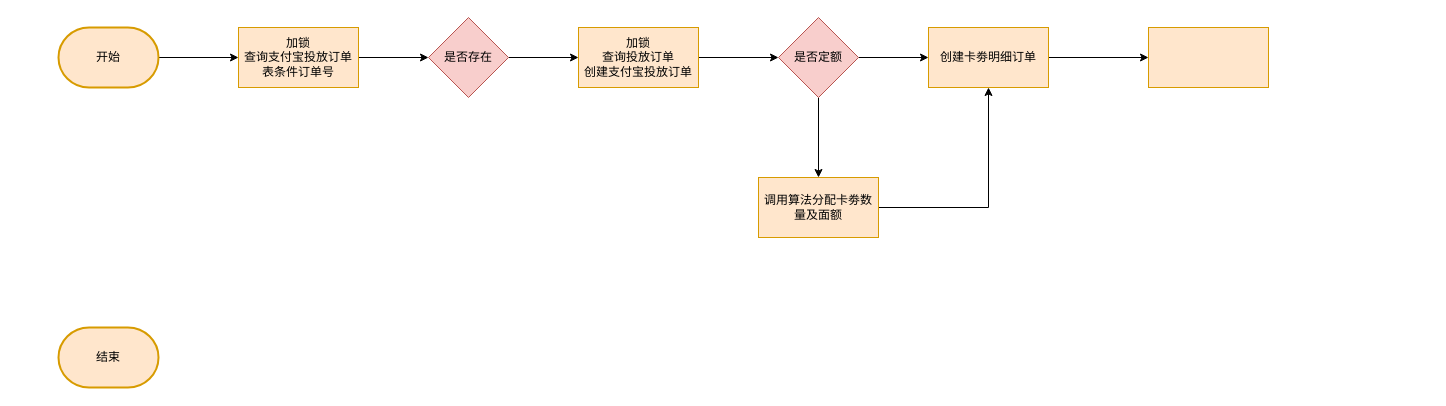
Jie33/draw keeps this draw.io diagram as 支付宝投放流程.drawio. Above is the earlier version. Source tidied: cells renumbered, new cells numbered last; positions are measured from the earlier drawing's top-left corner, leaving out a move shared by most shapes. Both pictures are drawn from the tidied source at 100%, with x=0, y=0 at pixel (58, 17).
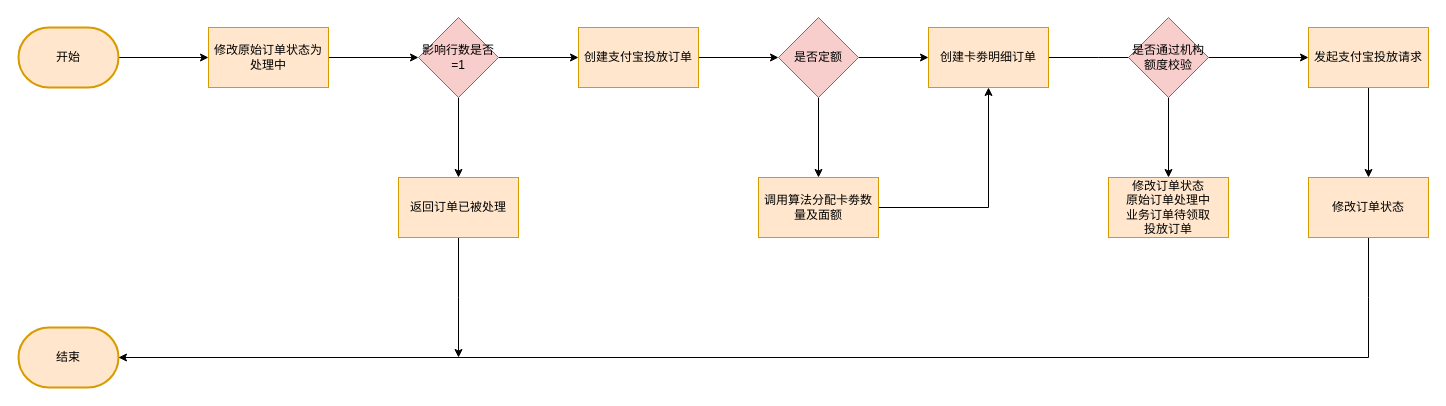
Above is the later version.

Commit message (it also covers changes not shown here):
更新支付宝投放流程.drawio

Unchanged cells that the change refers to:
```xml
<mxCell id="11" value="创建卡劵明细订单" style="rounded=0;whiteSpace=wrap;html=1;fillColor=#ffe6cc;strokeColor=#d79b00;" parent="1" vertex="1">
  <mxGeometry x="870" y="10" width="120" height="60" as="geometry" />
</mxCell>
```

The edit, as a diff of the source:
```diff
@@
-    <mxCell id="2" style="edgeStyle=orthogonalEdgeStyle;rounded=0;jettySize=auto;html=1;" parent="1" edge="1" source="3" target="5">
-      <mxGeometry relative="1" as="geometry" />
-    </mxCell>
+    <mxCell id="19" style="edgeStyle=orthogonalEdgeStyle;rounded=0;jettySize=auto;html=1;" parent="1" edge="1" source="3" target="29">
+      <mxGeometry relative="1" as="geometry" />
+    </mxCell>
     <mxCell id="3" value="开始" style="strokeWidth=2;html=1;shape=mxgraph.flowchart.terminator;whiteSpace=wrap;fillColor=#ffe6cc;strokeColor=#d79b00;" parent="1" vertex="1">
-      <mxGeometry y="10" width="100" height="60" as="geometry" />
+      <mxGeometry x="-40" y="10" width="100" height="60" as="geometry" />
     </mxCell>
-    <mxCell id="4" style="edgeStyle=orthogonalEdgeStyle;rounded=0;jettySize=auto;html=1;" parent="1" edge="1" source="5" target="7">
-      <mxGeometry relative="1" as="geometry" />
-    </mxCell>
-    <mxCell id="5" value="加锁&lt;div&gt;查询支付宝投放订单表条件订单号&lt;/div&gt;" style="rounded=0;whiteSpace=wrap;html=1;fillColor=#ffe6cc;strokeColor=#d79b00;" parent="1" vertex="1">
-      <mxGeometry x="180" y="10" width="120" height="60" as="geometry" />
-    </mxCell>
-    <mxCell id="6" style="edgeStyle=orthogonalEdgeStyle;rounded=0;jettySize=auto;html=1;" parent="1" edge="1" source="7" target="9">
-      <mxGeometry relative="1" as="geometry" />
-    </mxCell>
-    <mxCell id="7" value="是否存在" style="rhombus;whiteSpace=wrap;html=1;fillColor=#f8cecc;strokeColor=#b85450;" parent="1" vertex="1">
-      <mxGeometry x="370" width="80" height="80" as="geometry" />
-    </mxCell>
@@
-    <mxCell id="9" value="加锁&lt;div&gt;查询投放订单&lt;br&gt;&lt;div&gt;创建支付宝投放订单&lt;/div&gt;&lt;/div&gt;" style="rounded=0;whiteSpace=wrap;html=1;fillColor=#ffe6cc;strokeColor=#d79b00;" parent="1" vertex="1">
+    <mxCell id="9" value="&lt;div&gt;&lt;div&gt;创建支付宝投放订单&lt;/div&gt;&lt;/div&gt;" style="rounded=0;whiteSpace=wrap;html=1;fillColor=#ffe6cc;strokeColor=#d79b00;" parent="1" vertex="1">
       <mxGeometry x="520" y="10" width="120" height="60" as="geometry" />
     </mxCell>
-    <mxCell id="10" style="edgeStyle=orthogonalEdgeStyle;rounded=0;jettySize=auto;html=1;" parent="1" edge="1" source="11" target="17">
-      <mxGeometry relative="1" as="geometry" />
+    <mxCell id="10" style="edgeStyle=orthogonalEdgeStyle;rounded=0;jettySize=auto;html=1;" parent="1" edge="1" source="11">
+      <mxGeometry relative="1" as="geometry">
+        <mxPoint x="1090" y="40" as="targetPoint" />
+      </mxGeometry>
     </mxCell>
@@
-    <mxCell id="17" style="rounded=0;whiteSpace=wrap;html=1;fillColor=#ffe6cc;strokeColor=#d79b00;" parent="1" vertex="1">
-      <mxGeometry x="1090" y="10" width="120" height="60" as="geometry" />
-    </mxCell>
     <mxCell id="18" value="结束" style="strokeWidth=2;html=1;shape=mxgraph.flowchart.terminator;whiteSpace=wrap;fillColor=#ffe6cc;strokeColor=#d79b00;" parent="1" vertex="1">
-      <mxGeometry y="310" width="100" height="60" as="geometry" />
+      <mxGeometry x="-40" y="310" width="100" height="60" as="geometry" />
     </mxCell>
+    <mxCell id="20" style="edgeStyle=orthogonalEdgeStyle;rounded=0;jettySize=auto;html=1;" parent="1" edge="1" source="22" target="24">
+      <mxGeometry relative="1" as="geometry" />
+    </mxCell>
+    <mxCell id="21" style="edgeStyle=orthogonalEdgeStyle;rounded=0;jettySize=auto;html=1;" parent="1" edge="1" source="22" target="35">
+      <mxGeometry relative="1" as="geometry" />
+    </mxCell>
+    <mxCell id="22" value="是否通过机构额度校验" style="rhombus;whiteSpace=wrap;html=1;fillColor=#f8cecc;strokeColor=#b85450;" parent="1" vertex="1">
+      <mxGeometry x="1070" width="80" height="80" as="geometry" />
+    </mxCell>
+    <mxCell id="23" style="edgeStyle=orthogonalEdgeStyle;rounded=0;jettySize=auto;html=1;" parent="1" edge="1" source="24" target="26">
+      <mxGeometry relative="1" as="geometry" />
+    </mxCell>
+    <mxCell id="24" value="发起支付宝投放请求" style="rounded=0;whiteSpace=wrap;html=1;fillColor=#ffe6cc;strokeColor=#d79b00;" parent="1" vertex="1">
+      <mxGeometry x="1250" y="10" width="120" height="60" as="geometry" />
+    </mxCell>
+    <mxCell id="25" style="edgeStyle=orthogonalEdgeStyle;rounded=0;jettySize=auto;html=1;endArrow=none;endFill=0;" parent="1" edge="1" source="26">
+      <mxGeometry relative="1" as="geometry">
+        <mxPoint x="1310" y="340" as="targetPoint" />
+      </mxGeometry>
+    </mxCell>
+    <mxCell id="26" value="修改订单状态" style="rounded=0;whiteSpace=wrap;html=1;fillColor=#ffe6cc;strokeColor=#d79b00;" parent="1" vertex="1">
+      <mxGeometry x="1250" y="160" width="120" height="60" as="geometry" />
+    </mxCell>
+    <mxCell id="27" style="endArrow=classic;html=1;rounded=0;entryX=1;entryY=0.5;entryDx=0;entryDy=0;entryPerimeter=0;" parent="1" edge="1" target="18">
+      <mxGeometry relative="1" as="geometry">
+        <mxPoint x="1310" y="340" as="sourcePoint" />
+      </mxGeometry>
+    </mxCell>
+    <mxCell id="28" style="edgeStyle=orthogonalEdgeStyle;rounded=0;jettySize=auto;html=1;" parent="1" edge="1" source="29" target="32">
+      <mxGeometry relative="1" as="geometry" />
+    </mxCell>
+    <mxCell id="29" value="修改原始订单状态为处理中" style="rounded=0;whiteSpace=wrap;html=1;fillColor=#ffe6cc;strokeColor=#d79b00;" parent="1" vertex="1">
+      <mxGeometry x="150" y="10" width="120" height="60" as="geometry" />
+    </mxCell>
+    <mxCell id="30" style="edgeStyle=orthogonalEdgeStyle;rounded=0;jettySize=auto;html=1;" parent="1" edge="1" source="32" target="9">
+      <mxGeometry relative="1" as="geometry" />
+    </mxCell>
+    <mxCell id="31" style="edgeStyle=orthogonalEdgeStyle;rounded=0;jettySize=auto;html=1;" parent="1" edge="1" source="32" target="34">
+      <mxGeometry relative="1" as="geometry" />
+    </mxCell>
+    <mxCell id="32" value="影响行数是否=1" style="rhombus;whiteSpace=wrap;html=1;fillColor=#f8cecc;strokeColor=#b85450;" parent="1" vertex="1">
+      <mxGeometry x="360" width="80" height="80" as="geometry" />
+    </mxCell>
+    <mxCell id="33" style="edgeStyle=orthogonalEdgeStyle;rounded=0;jettySize=auto;html=1;" parent="1" edge="1" source="34">
+      <mxGeometry relative="1" as="geometry">
+        <mxPoint x="400" y="340" as="targetPoint" />
+      </mxGeometry>
+    </mxCell>
+    <mxCell id="34" value="返回订单已被处理" style="rounded=0;whiteSpace=wrap;html=1;fillColor=#ffe6cc;strokeColor=#d79b00;" parent="1" vertex="1">
+      <mxGeometry x="340" y="160" width="120" height="60" as="geometry" />
+    </mxCell>
+    <mxCell id="35" value="修改订单状态&lt;div&gt;原始订单处理中&lt;/div&gt;&lt;div&gt;业务订单待领取&lt;/div&gt;&lt;div&gt;投放订单&lt;/div&gt;" style="rounded=0;whiteSpace=wrap;html=1;fillColor=#ffe6cc;strokeColor=#d79b00;" parent="1" vertex="1">
+      <mxGeometry x="1050" y="160" width="120" height="60" as="geometry" />
+    </mxCell>
```
